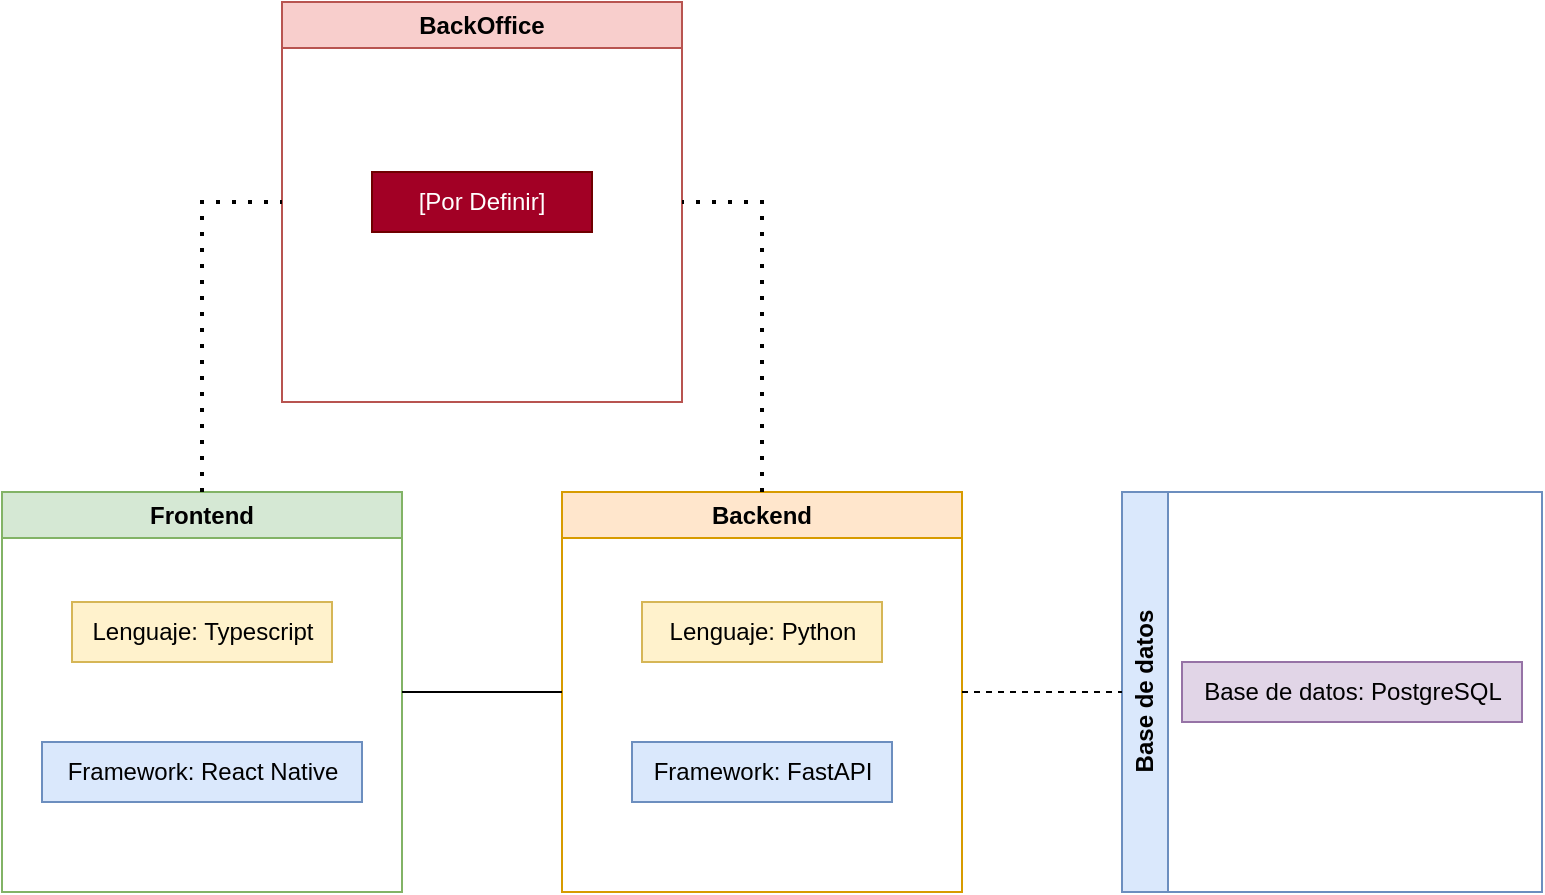
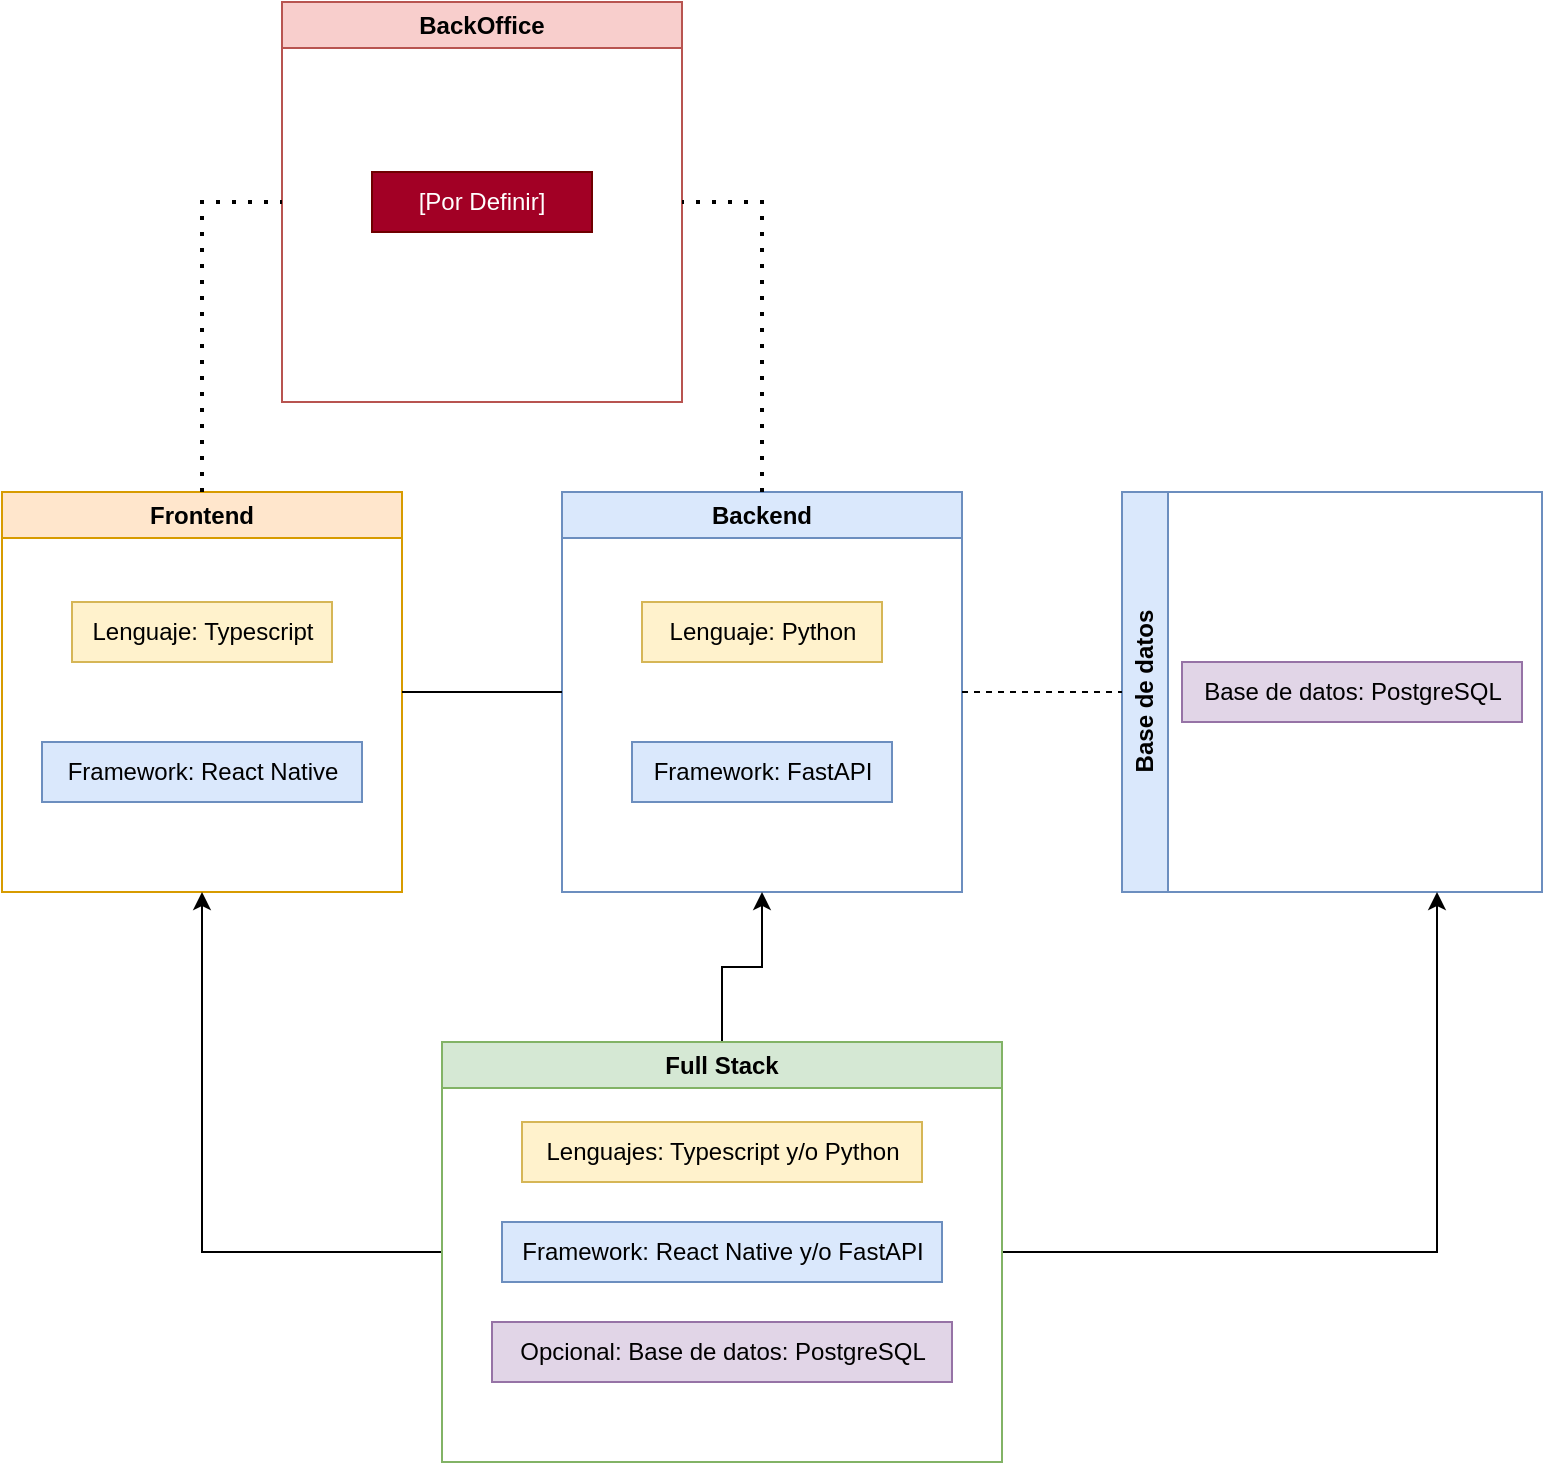
- <mxfile host="app.diagrams.net" agent="Mozilla/5.0 (Windows NT 10.0; Win64; x64; rv:136.0) Gecko/20100101 Firefox/136.0" version="26.1.1">
+ <mxfile host="app.diagrams.net" agent="Mozilla/5.0 (Windows NT 10.0; Win64; x64; rv:136.0) Gecko/20100101 Firefox/136.0" version="26.1.3">
  <diagram name="Page-1" id="5f0bae14-7c28-e335-631c-24af17079c00">
-     <mxGraphModel dx="1036" dy="725" grid="1" gridSize="10" guides="1" tooltips="1" connect="1" arrows="1" fold="1" page="1" pageScale="1" pageWidth="1100" pageHeight="850" background="none" math="0" shadow="0">
+     <mxGraphModel dx="893" dy="674" grid="1" gridSize="10" guides="1" tooltips="1" connect="1" arrows="1" fold="1" page="1" pageScale="1" pageWidth="1100" pageHeight="850" background="none" math="0" shadow="0">
      <root>
        <mxCell id="0" />
        <mxCell id="1" parent="0" />
-         <mxCell id="GHSZqHKe280tCcFjGG4P-3" value="&lt;div&gt;Frontend&lt;/div&gt;" style="swimlane;whiteSpace=wrap;html=1;startSize=23;fillColor=#d5e8d4;strokeColor=#82b366;" vertex="1" parent="1">
+         <mxCell id="GHSZqHKe280tCcFjGG4P-3" value="&lt;div&gt;Frontend&lt;/div&gt;" style="swimlane;whiteSpace=wrap;html=1;startSize=23;fillColor=#ffe6cc;strokeColor=#d79b00;" parent="1" vertex="1">
          <mxGeometry x="240" y="325" width="200" height="200" as="geometry" />
        </mxCell>
-         <mxCell id="GHSZqHKe280tCcFjGG4P-30" value="Lenguaje: Typescript" style="text;html=1;align=center;verticalAlign=middle;resizable=0;points=[];autosize=1;strokeColor=#d6b656;fillColor=#fff2cc;" vertex="1" parent="GHSZqHKe280tCcFjGG4P-3">
+         <mxCell id="GHSZqHKe280tCcFjGG4P-30" value="Lenguaje: Typescript" style="text;html=1;align=center;verticalAlign=middle;resizable=0;points=[];autosize=1;strokeColor=#d6b656;fillColor=#fff2cc;" parent="GHSZqHKe280tCcFjGG4P-3" vertex="1">
          <mxGeometry x="35" y="55" width="130" height="30" as="geometry" />
        </mxCell>
-         <mxCell id="GHSZqHKe280tCcFjGG4P-31" value="&lt;div&gt;Framework: React Native&lt;/div&gt;" style="text;html=1;align=center;verticalAlign=middle;resizable=0;points=[];autosize=1;strokeColor=#6c8ebf;fillColor=#dae8fc;" vertex="1" parent="GHSZqHKe280tCcFjGG4P-3">
+         <mxCell id="GHSZqHKe280tCcFjGG4P-31" value="&lt;div&gt;Framework: React Native&lt;/div&gt;" style="text;html=1;align=center;verticalAlign=middle;resizable=0;points=[];autosize=1;strokeColor=#6c8ebf;fillColor=#dae8fc;" parent="GHSZqHKe280tCcFjGG4P-3" vertex="1">
          <mxGeometry x="20" y="125" width="160" height="30" as="geometry" />
        </mxCell>
-         <mxCell id="GHSZqHKe280tCcFjGG4P-8" value="&lt;div&gt;Backend&lt;/div&gt;" style="swimlane;whiteSpace=wrap;html=1;fillColor=#ffe6cc;strokeColor=#d79b00;" vertex="1" parent="1">
+         <mxCell id="GHSZqHKe280tCcFjGG4P-8" value="&lt;div&gt;Backend&lt;/div&gt;" style="swimlane;whiteSpace=wrap;html=1;fillColor=#dae8fc;strokeColor=#6c8ebf;" parent="1" vertex="1">
          <mxGeometry x="520" y="325" width="200" height="200" as="geometry" />
        </mxCell>
-         <mxCell id="GHSZqHKe280tCcFjGG4P-26" value="&lt;div&gt;Lenguaje: Python&lt;/div&gt;" style="text;html=1;align=center;verticalAlign=middle;resizable=0;points=[];autosize=1;strokeColor=#d6b656;fillColor=#fff2cc;" vertex="1" parent="GHSZqHKe280tCcFjGG4P-8">
+         <mxCell id="GHSZqHKe280tCcFjGG4P-26" value="&lt;div&gt;Lenguaje: Python&lt;/div&gt;" style="text;html=1;align=center;verticalAlign=middle;resizable=0;points=[];autosize=1;strokeColor=#d6b656;fillColor=#fff2cc;" parent="GHSZqHKe280tCcFjGG4P-8" vertex="1">
          <mxGeometry x="40" y="55" width="120" height="30" as="geometry" />
        </mxCell>
-         <mxCell id="GHSZqHKe280tCcFjGG4P-28" value="&lt;div&gt;Framework: FastAPI&lt;/div&gt;" style="text;html=1;align=center;verticalAlign=middle;resizable=0;points=[];autosize=1;strokeColor=#6c8ebf;fillColor=#dae8fc;" vertex="1" parent="GHSZqHKe280tCcFjGG4P-8">
+         <mxCell id="GHSZqHKe280tCcFjGG4P-28" value="&lt;div&gt;Framework: FastAPI&lt;/div&gt;" style="text;html=1;align=center;verticalAlign=middle;resizable=0;points=[];autosize=1;strokeColor=#6c8ebf;fillColor=#dae8fc;" parent="GHSZqHKe280tCcFjGG4P-8" vertex="1">
          <mxGeometry x="35" y="125" width="130" height="30" as="geometry" />
        </mxCell>
-         <mxCell id="GHSZqHKe280tCcFjGG4P-9" value="BackOffice" style="swimlane;whiteSpace=wrap;html=1;fillColor=#f8cecc;strokeColor=#b85450;" vertex="1" parent="1">
+         <mxCell id="GHSZqHKe280tCcFjGG4P-9" value="BackOffice" style="swimlane;whiteSpace=wrap;html=1;fillColor=#f8cecc;strokeColor=#b85450;" parent="1" vertex="1">
          <mxGeometry x="380" y="80" width="200" height="200" as="geometry" />
        </mxCell>
-         <mxCell id="GHSZqHKe280tCcFjGG4P-33" value="[Por Definir]" style="text;html=1;align=center;verticalAlign=middle;whiteSpace=wrap;rounded=0;fillColor=#a20025;fontColor=#ffffff;strokeColor=#6F0000;" vertex="1" parent="GHSZqHKe280tCcFjGG4P-9">
+         <mxCell id="GHSZqHKe280tCcFjGG4P-33" value="[Por Definir]" style="text;html=1;align=center;verticalAlign=middle;whiteSpace=wrap;rounded=0;fillColor=#a20025;fontColor=#ffffff;strokeColor=#6F0000;" parent="GHSZqHKe280tCcFjGG4P-9" vertex="1">
          <mxGeometry x="45" y="85" width="110" height="30" as="geometry" />
        </mxCell>
-         <mxCell id="GHSZqHKe280tCcFjGG4P-10" value="Base de datos" style="swimlane;horizontal=0;whiteSpace=wrap;html=1;fillColor=#dae8fc;strokeColor=#6c8ebf;" vertex="1" parent="1">
+         <mxCell id="GHSZqHKe280tCcFjGG4P-10" value="Base de datos" style="swimlane;horizontal=0;whiteSpace=wrap;html=1;fillColor=#dae8fc;strokeColor=#6c8ebf;" parent="1" vertex="1">
          <mxGeometry x="800" y="325" width="210" height="200" as="geometry" />
        </mxCell>
-         <mxCell id="GHSZqHKe280tCcFjGG4P-32" value="Base de datos: PostgreSQL" style="text;html=1;align=center;verticalAlign=middle;resizable=0;points=[];autosize=1;strokeColor=#9673a6;fillColor=#e1d5e7;" vertex="1" parent="GHSZqHKe280tCcFjGG4P-10">
+         <mxCell id="GHSZqHKe280tCcFjGG4P-32" value="Base de datos: PostgreSQL" style="text;html=1;align=center;verticalAlign=middle;resizable=0;points=[];autosize=1;strokeColor=#9673a6;fillColor=#e1d5e7;" parent="GHSZqHKe280tCcFjGG4P-10" vertex="1">
          <mxGeometry x="30" y="85" width="170" height="30" as="geometry" />
        </mxCell>
-         <mxCell id="GHSZqHKe280tCcFjGG4P-15" value="" style="endArrow=none;html=1;rounded=0;entryX=0;entryY=0.5;entryDx=0;entryDy=0;exitX=1;exitY=0.5;exitDx=0;exitDy=0;dashed=1;" edge="1" parent="1" source="GHSZqHKe280tCcFjGG4P-8" target="GHSZqHKe280tCcFjGG4P-10">
+         <mxCell id="GHSZqHKe280tCcFjGG4P-15" value="" style="endArrow=none;html=1;rounded=0;entryX=0;entryY=0.5;entryDx=0;entryDy=0;exitX=1;exitY=0.5;exitDx=0;exitDy=0;dashed=1;" parent="1" source="GHSZqHKe280tCcFjGG4P-8" target="GHSZqHKe280tCcFjGG4P-10" edge="1">
          <mxGeometry width="50" height="50" relative="1" as="geometry">
            <mxPoint x="730" y="425" as="sourcePoint" />
            <mxPoint x="770" y="380" as="targetPoint" />
          </mxGeometry>
        </mxCell>
-         <mxCell id="GHSZqHKe280tCcFjGG4P-17" value="" style="endArrow=none;html=1;rounded=0;exitX=1;exitY=0.5;exitDx=0;exitDy=0;entryX=0;entryY=0.5;entryDx=0;entryDy=0;" edge="1" parent="1" source="GHSZqHKe280tCcFjGG4P-3" target="GHSZqHKe280tCcFjGG4P-8">
+         <mxCell id="GHSZqHKe280tCcFjGG4P-17" value="" style="endArrow=none;html=1;rounded=0;exitX=1;exitY=0.5;exitDx=0;exitDy=0;entryX=0;entryY=0.5;entryDx=0;entryDy=0;" parent="1" source="GHSZqHKe280tCcFjGG4P-3" target="GHSZqHKe280tCcFjGG4P-8" edge="1">
          <mxGeometry width="50" height="50" relative="1" as="geometry">
            <mxPoint x="480" y="330" as="sourcePoint" />
            <mxPoint x="530" y="280" as="targetPoint" />
            <Array as="points" />
          </mxGeometry>
        </mxCell>
-         <mxCell id="GHSZqHKe280tCcFjGG4P-22" value="" style="endArrow=none;dashed=1;html=1;dashPattern=1 3;strokeWidth=2;rounded=0;exitX=0.5;exitY=0;exitDx=0;exitDy=0;entryX=0;entryY=0.5;entryDx=0;entryDy=0;" edge="1" parent="1" source="GHSZqHKe280tCcFjGG4P-3" target="GHSZqHKe280tCcFjGG4P-9">
+         <mxCell id="GHSZqHKe280tCcFjGG4P-22" value="" style="endArrow=none;dashed=1;html=1;dashPattern=1 3;strokeWidth=2;rounded=0;exitX=0.5;exitY=0;exitDx=0;exitDy=0;entryX=0;entryY=0.5;entryDx=0;entryDy=0;" parent="1" source="GHSZqHKe280tCcFjGG4P-3" target="GHSZqHKe280tCcFjGG4P-9" edge="1">
          <mxGeometry width="50" height="50" relative="1" as="geometry">
            <mxPoint x="480" y="330" as="sourcePoint" />
            <mxPoint x="530" y="280" as="targetPoint" />
            <Array as="points">
              <mxPoint x="340" y="180" />
            </Array>
          </mxGeometry>
        </mxCell>
-         <mxCell id="GHSZqHKe280tCcFjGG4P-24" value="" style="endArrow=none;dashed=1;html=1;dashPattern=1 3;strokeWidth=2;rounded=0;exitX=0.5;exitY=0;exitDx=0;exitDy=0;entryX=1;entryY=0.5;entryDx=0;entryDy=0;" edge="1" parent="1" source="GHSZqHKe280tCcFjGG4P-8" target="GHSZqHKe280tCcFjGG4P-9">
+         <mxCell id="GHSZqHKe280tCcFjGG4P-24" value="" style="endArrow=none;dashed=1;html=1;dashPattern=1 3;strokeWidth=2;rounded=0;exitX=0.5;exitY=0;exitDx=0;exitDy=0;entryX=1;entryY=0.5;entryDx=0;entryDy=0;" parent="1" source="GHSZqHKe280tCcFjGG4P-8" target="GHSZqHKe280tCcFjGG4P-9" edge="1">
          <mxGeometry width="50" height="50" relative="1" as="geometry">
            <mxPoint x="480" y="330" as="sourcePoint" />
            <mxPoint x="530" y="280" as="targetPoint" />
            <Array as="points">
              <mxPoint x="620" y="180" />
            </Array>
          </mxGeometry>
        </mxCell>
+         <mxCell id="unBNjvJRPo2GrpM0oRp7-6" style="edgeStyle=orthogonalEdgeStyle;rounded=0;orthogonalLoop=1;jettySize=auto;html=1;entryX=0.5;entryY=1;entryDx=0;entryDy=0;" edge="1" parent="1" source="unBNjvJRPo2GrpM0oRp7-3" target="GHSZqHKe280tCcFjGG4P-3">
+           <mxGeometry relative="1" as="geometry" />
+         </mxCell>
+         <mxCell id="unBNjvJRPo2GrpM0oRp7-7" style="edgeStyle=orthogonalEdgeStyle;rounded=0;orthogonalLoop=1;jettySize=auto;html=1;exitX=0.5;exitY=0;exitDx=0;exitDy=0;entryX=0.5;entryY=1;entryDx=0;entryDy=0;" edge="1" parent="1" source="unBNjvJRPo2GrpM0oRp7-3" target="GHSZqHKe280tCcFjGG4P-8">
+           <mxGeometry relative="1" as="geometry" />
+         </mxCell>
+         <mxCell id="unBNjvJRPo2GrpM0oRp7-8" style="edgeStyle=orthogonalEdgeStyle;rounded=0;orthogonalLoop=1;jettySize=auto;html=1;exitX=1;exitY=0.5;exitDx=0;exitDy=0;entryX=0.75;entryY=1;entryDx=0;entryDy=0;" edge="1" parent="1" source="unBNjvJRPo2GrpM0oRp7-3" target="GHSZqHKe280tCcFjGG4P-10">
+           <mxGeometry relative="1" as="geometry" />
+         </mxCell>
+         <mxCell id="unBNjvJRPo2GrpM0oRp7-3" value="Full Stack" style="swimlane;whiteSpace=wrap;html=1;startSize=23;fillColor=#d5e8d4;strokeColor=#82b366;" vertex="1" parent="1">
+           <mxGeometry x="460" y="600" width="280" height="210" as="geometry" />
+         </mxCell>
+         <mxCell id="unBNjvJRPo2GrpM0oRp7-4" value="Lenguajes: Typescript y/o Python" style="text;html=1;align=center;verticalAlign=middle;resizable=0;points=[];autosize=1;strokeColor=#d6b656;fillColor=#fff2cc;" vertex="1" parent="unBNjvJRPo2GrpM0oRp7-3">
+           <mxGeometry x="40" y="40" width="200" height="30" as="geometry" />
+         </mxCell>
+         <mxCell id="unBNjvJRPo2GrpM0oRp7-5" value="&lt;div&gt;Framework: React Native y/o FastAPI&lt;/div&gt;" style="text;html=1;align=center;verticalAlign=middle;resizable=0;points=[];autosize=1;strokeColor=#6c8ebf;fillColor=#dae8fc;" vertex="1" parent="unBNjvJRPo2GrpM0oRp7-3">
+           <mxGeometry x="30" y="90" width="220" height="30" as="geometry" />
+         </mxCell>
+         <mxCell id="unBNjvJRPo2GrpM0oRp7-9" value="Opcional: Base de datos: PostgreSQL" style="text;html=1;align=center;verticalAlign=middle;resizable=0;points=[];autosize=1;strokeColor=#9673a6;fillColor=#e1d5e7;" vertex="1" parent="unBNjvJRPo2GrpM0oRp7-3">
+           <mxGeometry x="25" y="140" width="230" height="30" as="geometry" />
+         </mxCell>
      </root>
    </mxGraphModel>
  </diagram>
</mxfile>
